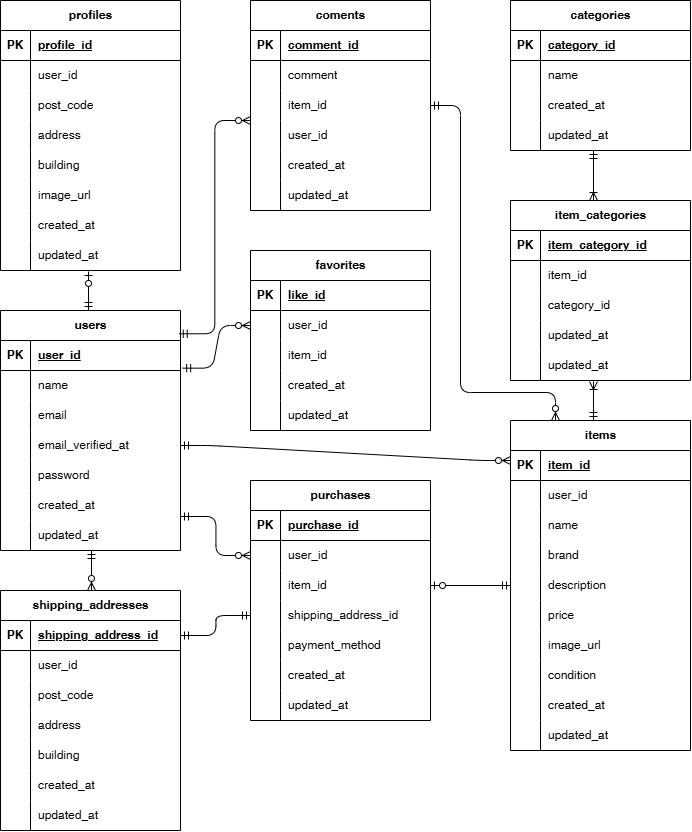
This is frea_market.drawio.png from yun-0312/flea-market, a draw.io export, as it was before one commit. Source tidied: cells renumbered, new cells last; positions are measured from the earlier drawing's top-left corner, leaving out a move shared by most shapes.
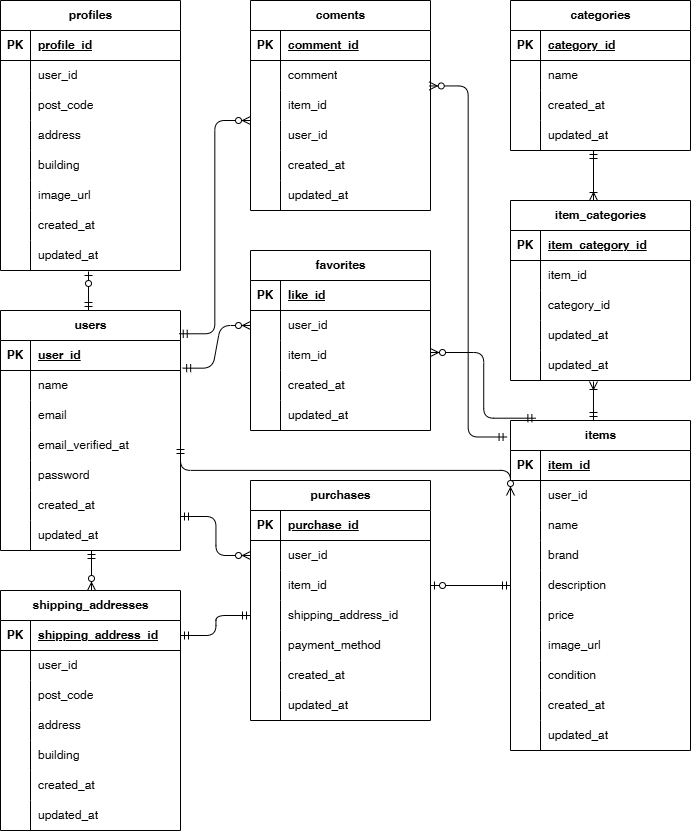
Later version of the same file.

What changed in the source:
```diff
@@ -603,28 +603,19 @@
         <mxPoint x="593" y="200" as="targetPoint" />
       </mxGeometry>
     </mxCell>
-    <mxCell id="196" style="edgeStyle=entityRelationEdgeStyle;fontSize=12;html=1;endArrow=ERzeroToMany;startArrow=ERmandOne;entryX=0;entryY=0.333;entryDx=0;entryDy=0;entryPerimeter=0;exitX=1;exitY=0.5;exitDx=0;exitDy=0;" parent="1" edge="1" source="59" target="3">
-      <mxGeometry relative="1" as="geometry">
-        <Array as="points">
-          <mxPoint x="260" y="460" />
-          <mxPoint x="200" y="445" />
-          <mxPoint x="250" y="435" />
-          <mxPoint x="250" y="465" />
-          <mxPoint x="250" y="365" />
-        </Array>
-      </mxGeometry>
+    <mxCell id="196" style="edgeStyle=elbowEdgeStyle;fontSize=12;html=1;endArrow=ERzeroToMany;startArrow=ERmandOne;entryX=0;entryY=0.5;entryDx=0;entryDy=0;exitX=1;exitY=0.5;exitDx=0;exitDy=0;elbow=vertical;" parent="1" edge="1" source="59" target="6">
+      <mxGeometry relative="1" as="geometry" />
     </mxCell>
     <mxCell id="197" style="fontSize=12;html=1;endArrow=ERzeroToOne;startArrow=ERmandOne;exitX=0;exitY=0.5;exitDx=0;exitDy=0;entryX=1;entryY=0.5;entryDx=0;entryDy=0;" parent="1" edge="1" source="15" target="97">
       <mxGeometry relative="1" as="geometry" />
     </mxCell>
-    <mxCell id="198" style="edgeStyle=orthogonalEdgeStyle;fontSize=12;html=1;endArrow=ERzeroToMany;startArrow=ERmandOne;exitX=1;exitY=0.5;exitDx=0;exitDy=0;entryX=0.25;entryY=0;entryDx=0;entryDy=0;" parent="1" edge="1" source="78" target="2">
-      <mxGeometry relative="1" as="geometry">
-        <Array as="points">
-          <mxPoint x="460" y="105" />
-          <mxPoint x="460" y="392" />
-          <mxPoint x="555" y="392" />
-        </Array>
-      </mxGeometry>
+    <mxCell id="198" style="edgeStyle=elbowEdgeStyle;fontSize=12;html=1;endArrow=ERzeroToMany;startArrow=ERmandOne;exitX=-0.019;exitY=0.05;exitDx=0;exitDy=0;entryX=0.993;entryY=0.848;entryDx=0;entryDy=0;entryPerimeter=0;exitPerimeter=0;" parent="1" edge="1" source="2" target="75">
+      <mxGeometry relative="1" as="geometry" />
     </mxCell>
+    <mxCell id="199" style="edgeStyle=elbowEdgeStyle;fontSize=12;html=1;endArrow=ERzeroToMany;startArrow=ERmandOne;exitX=0.141;exitY=-0.007;exitDx=0;exitDy=0;entryX=0.993;entryY=0.848;entryDx=0;entryDy=0;entryPerimeter=0;exitPerimeter=0;" parent="1" edge="1" source="2">
+      <mxGeometry relative="1" as="geometry">
+        <mxPoint x="430" y="352" as="targetPoint" />
+      </mxGeometry>
+    </mxCell>
   </root>
 </mxGraphModel>
```
